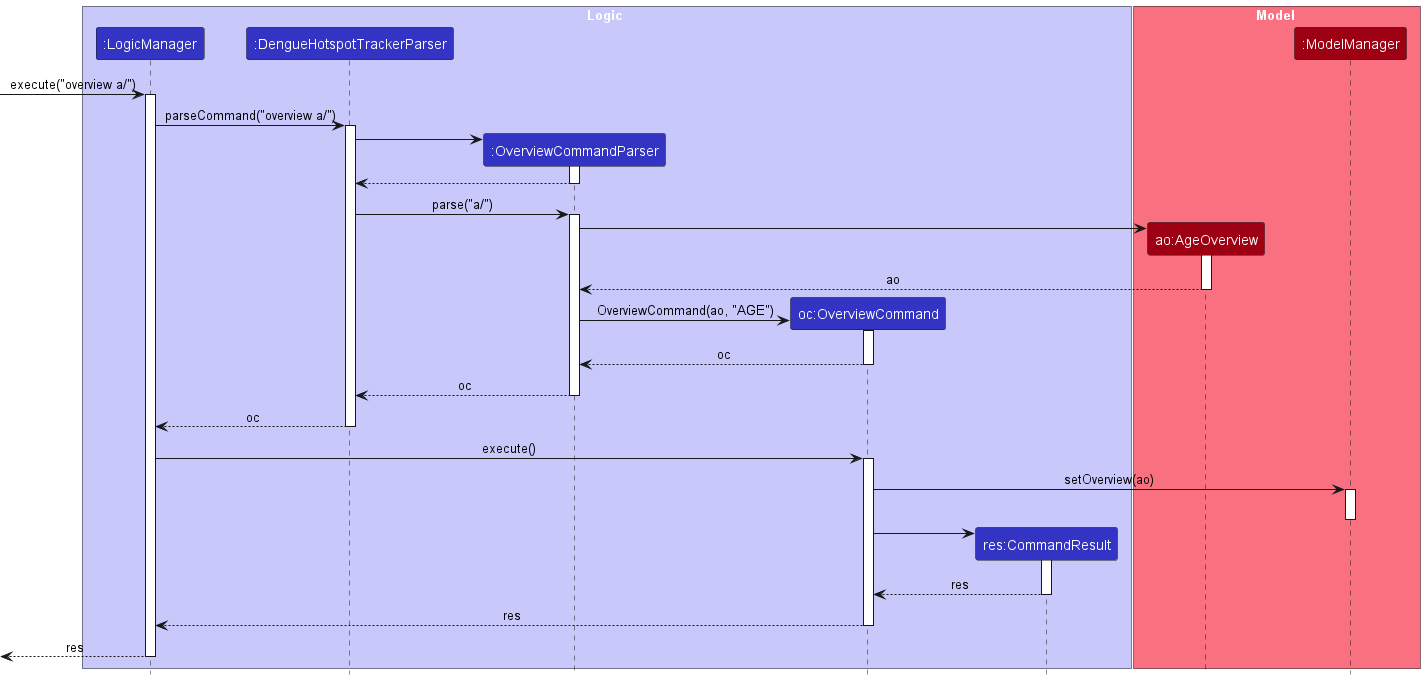
nus-cs2103-AY2223S2/tp keeps this PlantUML diagram as docs/images/OverviewActiveSequenceDiagram.png. Above is the earlier version. Its diagram source:
```plantuml
@startuml
!include style.puml
hide footbox

box Logic LOGIC_COLOR_T1
participant ":LogicManager" as LogicManager LOGIC_COLOR
participant ":DengueHotspotTrackerParser" as DengueHotspotTrackerParser LOGIC_COLOR
participant ":OverviewCommandParser" as OverviewCommandParser LOGIC_COLOR
participant "oc:OverviewCommand" as OverviewCommand LOGIC_COLOR
participant "res:CommandResult" as CommandResult LOGIC_COLOR
end box

box Model MODEL_COLOR_T1
participant "ao:AgeOverview" as AgeOverview MODEL_COLOR
participant ":ModelManager" as ModelManager MODEL_COLOR
end box

[-> LogicManager : execute("overview a/")
activate LogicManager

LogicManager -> DengueHotspotTrackerParser : parseCommand("overview a/")
activate DengueHotspotTrackerParser

create OverviewCommandParser
DengueHotspotTrackerParser -> OverviewCommandParser
activate OverviewCommandParser

OverviewCommandParser --> DengueHotspotTrackerParser
deactivate OverviewCommandParser

DengueHotspotTrackerParser -> OverviewCommandParser : parse("a/")
activate OverviewCommandParser

create AgeOverview
OverviewCommandParser -> AgeOverview
activate AgeOverview

AgeOverview --> OverviewCommandParser : ao
deactivate AgeOverview

create OverviewCommand
OverviewCommandParser -> OverviewCommand : OverviewCommand(ao, "AGE")
activate OverviewCommand

OverviewCommand --> OverviewCommandParser : oc
deactivate OverviewCommand

OverviewCommandParser --> DengueHotspotTrackerParser : oc
deactivate OverviewCommandParser

DengueHotspotTrackerParser --> LogicManager : oc
deactivate DengueHotspotTrackerParser

LogicManager -> OverviewCommand : execute()
activate OverviewCommand

OverviewCommand -> ModelManager : setOverview(ao)
activate ModelManager

deactivate ModelManager

create CommandResult
OverviewCommand -> CommandResult
activate CommandResult

CommandResult --> OverviewCommand : res
deactivate CommandResult

OverviewCommand --> LogicManager : res
deactivate OverviewCommand

LogicManager -->[ : res
deactivate LogicManager

@enduml
```
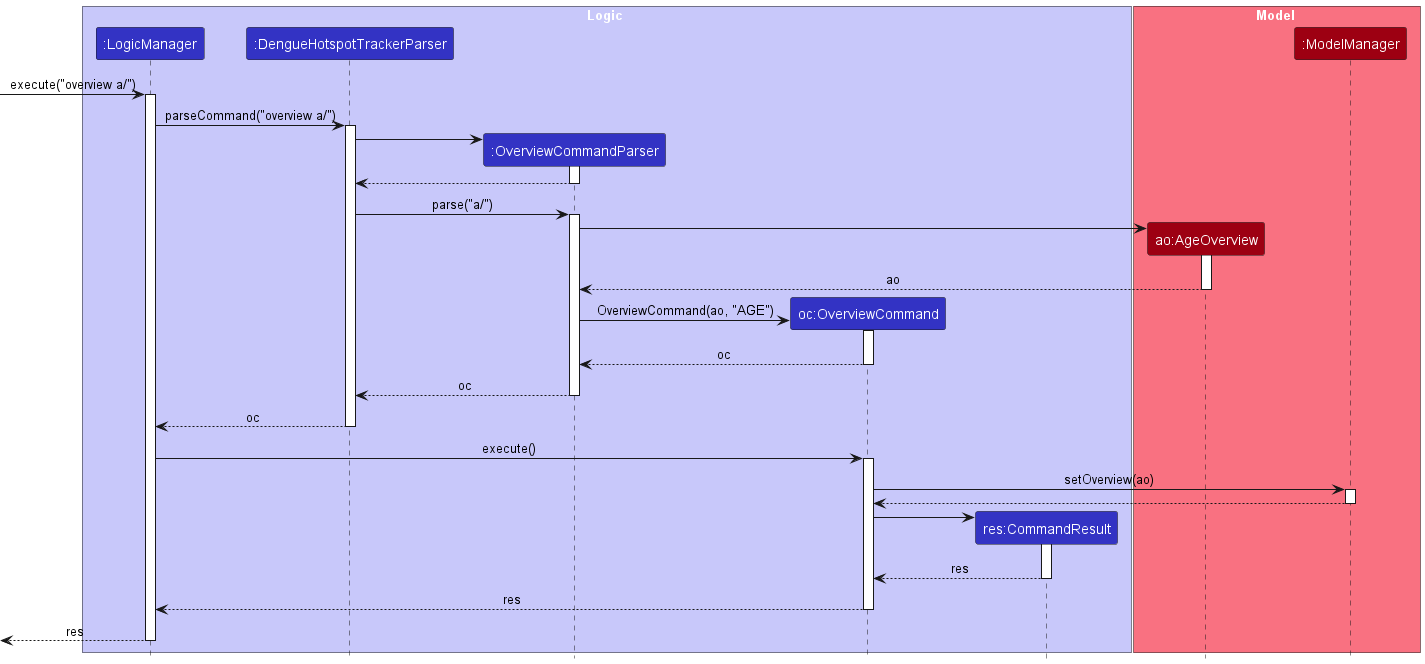
The same file after the commit.

The edit, as a diff of the source:
```diff
@@ -57,6 +57,7 @@
 OverviewCommand -> ModelManager : setOverview(ao)
 activate ModelManager
 
+ModelManager --> OverviewCommand
 deactivate ModelManager
 
 create CommandResult
@@ -71,5 +72,4 @@
 
 LogicManager -->[ : res
 deactivate LogicManager
-
 @enduml
```
